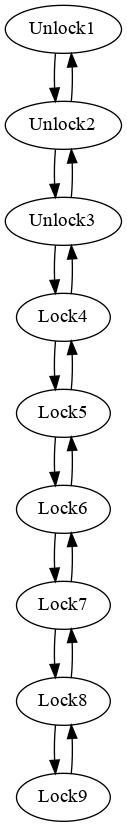
This is build-Servidor-Desktop-Debug/niveles.png from GianniDeLeon/Proyecto1EDD, a Graphviz export, as it was before one commit. Its source is kept beside it as build-Servidor-Desktop-Debug/niveles.dot.
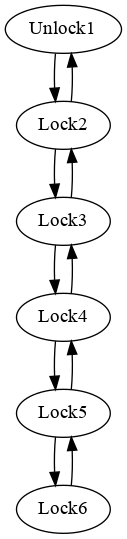
After the commit.

Change to the diagram source:
```diff
@@ -1,17 +1,11 @@
-digraph niveles{Unlock1 -> Unlock2;
-Unlock2 -> Unlock1;
-Unlock2 -> Unlock3;
-Unlock3 -> Unlock2;
-Unlock3 -> Lock4;
-Lock4 -> Unlock3;
+digraph niveles{Unlock1 -> Lock2;
+Lock2 -> Unlock1;
+Lock2 -> Lock3;
+Lock3 -> Lock2;
+Lock3 -> Lock4;
+Lock4 -> Lock3;
 Lock4 -> Lock5;
 Lock5 -> Lock4;
 Lock5 -> Lock6;
 Lock6 -> Lock5;
-Lock6 -> Lock7;
-Lock7 -> Lock6;
-Lock7 -> Lock8;
-Lock8 -> Lock7;
-Lock8 -> Lock9;
-Lock9 -> Lock8;
 }
```
